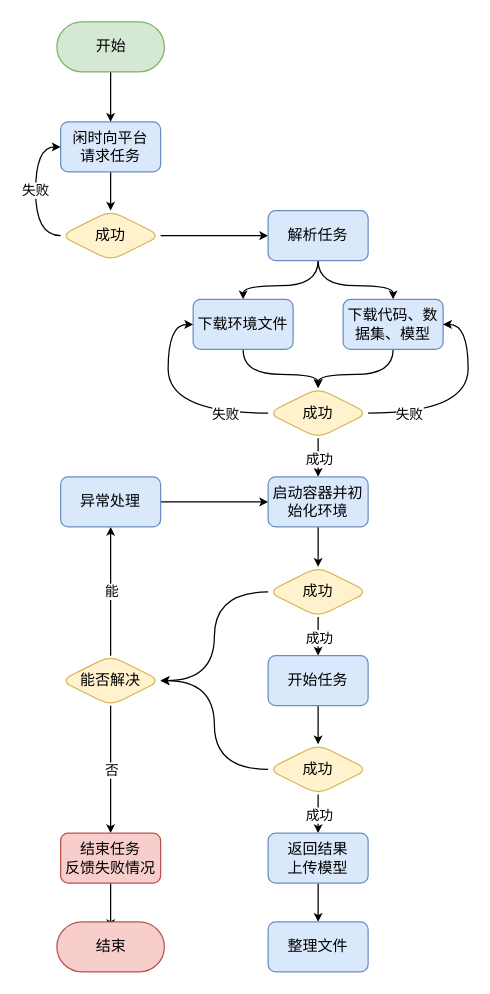
Before: docker-flow.drawio in foreignbill/drawio, a draw.io diagram. Source tidied: cells renumbered, new cells numbered last; positions are measured from the earlier drawing's top-left corner, leaving out a move shared by most shapes. Both pictures are drawn from the tidied source at 125%, with x=0, y=0 at pixel (56, 21).
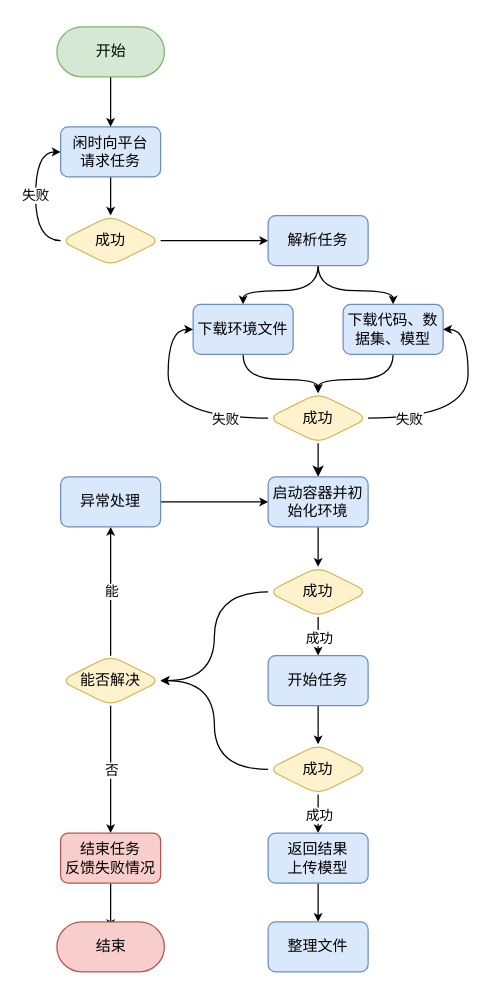
The same page after the edit.

The change refers to these unchanged cells:
```xml
<mxCell id="22" value="启动容器并初始化环境" style="rounded=1;whiteSpace=wrap;html=1;fillColor=#dae8fc;strokeColor=#6c8ebf;fontFamily=Times New Roman;" parent="1" vertex="1">
  <mxGeometry x="169" y="364" width="80" height="40" as="geometry" />
</mxCell>
```

Diff of the diagram source:
```diff
@@
     <mxCell id="3" value="闲时向平台&lt;br&gt;请求任务" style="rounded=1;whiteSpace=wrap;html=1;fillColor=#dae8fc;strokeColor=#6c8ebf;fontFamily=Times New Roman;" parent="1" vertex="1">
-      <mxGeometry x="3" y="80" width="80" height="40" as="geometry" />
+      <mxGeometry x="3" y="84" width="80" height="40" as="geometry" />
     </mxCell>
@@
     <mxCell id="6" value="成功" style="rhombus;whiteSpace=wrap;html=1;rounded=1;fillColor=#fff2cc;strokeColor=#d6b656;fontFamily=Times New Roman;" parent="1" vertex="1">
-      <mxGeometry x="3" y="151" width="80" height="40" as="geometry" />
+      <mxGeometry x="3" y="155" width="80" height="40" as="geometry" />
     </mxCell>
@@
     <mxCell id="9" value="解析任务" style="rounded=1;whiteSpace=wrap;html=1;fillColor=#dae8fc;strokeColor=#6c8ebf;fontFamily=Times New Roman;" parent="1" vertex="1">
-      <mxGeometry x="169" y="151" width="80" height="40" as="geometry" />
+      <mxGeometry x="169" y="155" width="80" height="40" as="geometry" />
     </mxCell>
@@
     <mxCell id="11" value="下载环境文件" style="rounded=1;whiteSpace=wrap;html=1;fillColor=#dae8fc;strokeColor=#6c8ebf;fontFamily=Times New Roman;" parent="1" vertex="1">
-      <mxGeometry x="109" y="222" width="80" height="40" as="geometry" />
+      <mxGeometry x="109" y="226" width="80" height="40" as="geometry" />
     </mxCell>
@@
     <mxCell id="13" value="下载代码、数据集、模型" style="rounded=1;whiteSpace=wrap;html=1;fillColor=#dae8fc;strokeColor=#6c8ebf;fontFamily=Times New Roman;" parent="1" vertex="1">
-      <mxGeometry x="229" y="222" width="80" height="40" as="geometry" />
+      <mxGeometry x="229" y="226" width="80" height="40" as="geometry" />
     </mxCell>
@@
-    <mxCell id="18" style="edgeStyle=orthogonalEdgeStyle;curved=1;rounded=0;jettySize=auto;html=1;exitX=0.5;exitY=1;exitDx=0;exitDy=0;entryX=0.5;entryY=0;entryDx=0;entryDy=0;startSize=4;endSize=4;fontFamily=Times New Roman;" parent="1" edge="1" source="20" target="22">
+    <mxCell id="18" style="edgeStyle=orthogonalEdgeStyle;curved=1;rounded=0;jettySize=auto;html=1;exitX=0.5;exitY=1;exitDx=0;exitDy=0;entryX=0.5;entryY=0;entryDx=0;entryDy=0;fontFamily=Times New Roman;fontSize=12;" parent="1" edge="1" source="20" target="22">
       <mxGeometry relative="1" as="geometry" />
     </mxCell>
-    <mxCell id="19" value="成功" style="edgeLabel;html=1;align=center;verticalAlign=middle;fontFamily=Times New Roman;" parent="18" vertex="1">
-      <mxGeometry relative="1" as="geometry" />
-    </mxCell>
     <mxCell id="20" value="成功" style="rhombus;whiteSpace=wrap;html=1;rounded=1;fillColor=#fff2cc;strokeColor=#d6b656;fontFamily=Times New Roman;" parent="1" vertex="1">
-      <mxGeometry x="169" y="293" width="80" height="40" as="geometry" />
+      <mxGeometry x="169" y="297" width="80" height="40" as="geometry" />
     </mxCell>
@@
     <mxCell id="46" value="开始" style="html=1;dashed=0;whitespace=wrap;shape=mxgraph.dfd.start;rounded=1;fillColor=#d5e8d4;strokeColor=#82b366;fontFamily=Times New Roman;" parent="1" vertex="1">
-      <mxGeometry width="86" height="40" as="geometry" />
+      <mxGeometry y="4" width="86" height="40" as="geometry" />
     </mxCell>
```
